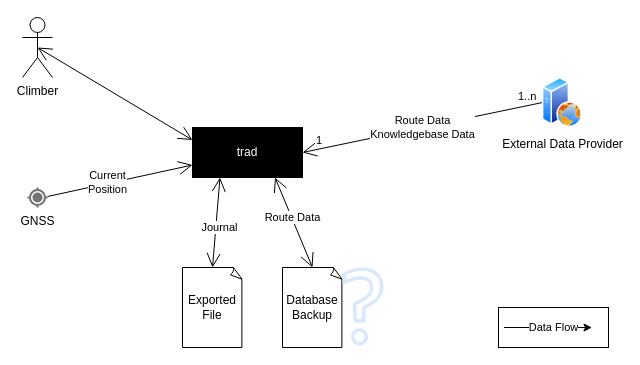
aardjon/trad keeps this draw.io diagram as doc/contextview_business.drawio. Above is the earlier version. Source tidied: cells renumbered, new cells numbered last; positions are measured from the earlier drawing's top-left corner, leaving out a move shared by most shapes. Both pictures are drawn from the tidied source at 100%, with x=0, y=0 at pixel (22, 17).
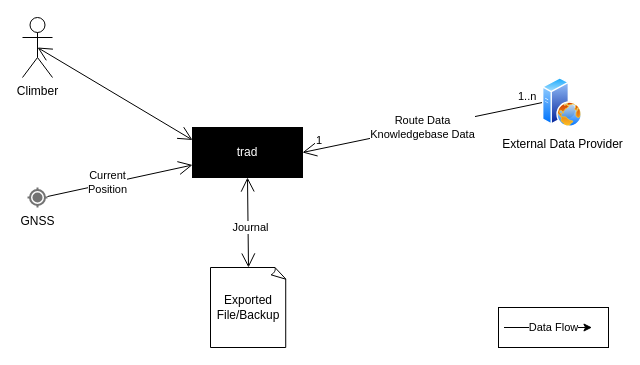
Above is the later version.

Commit message (it also covers changes not shown here):
📝 Update context diagrams

The change refers to these unchanged cells:
```xml
<mxCell id="2" value="&lt;div&gt;trad&lt;/div&gt;" style="html=1;whiteSpace=wrap;fillColor=#000000;fontColor=#FFFFFF;" parent="1" vertex="1">
  <mxGeometry x="170" y="110" width="110" height="50" as="geometry" />
</mxCell>
```

The edit, as a diff of the source:
```diff
@@
-    <mxCell id="5" value="Exported File" style="whiteSpace=wrap;html=1;shape=mxgraph.basic.document;" parent="1" vertex="1">
-      <mxGeometry x="160" y="250" width="60" height="80" as="geometry" />
+    <mxCell id="5" value="Exported File/Backup" style="whiteSpace=wrap;html=1;shape=mxgraph.basic.document;" parent="1" vertex="1">
+      <mxGeometry x="188" y="250" width="76" height="80" as="geometry" />
     </mxCell>
@@
-    <mxCell id="9" style="endArrow=open;endFill=1;endSize=12;html=1;rounded=0;entryX=0.5;entryY=0;entryDx=0;entryDy=0;entryPerimeter=0;exitX=0.25;exitY=1;exitDx=0;exitDy=0;startArrow=open;startFill=0;startSize=12;" parent="1" edge="1" source="2" target="5">
+    <mxCell id="9" style="endArrow=open;endFill=1;endSize=12;html=1;rounded=0;entryX=0.5;entryY=0;entryDx=0;entryDy=0;entryPerimeter=0;exitX=0.5;exitY=1;exitDx=0;exitDy=0;startArrow=open;startFill=0;startSize=12;" parent="1" edge="1" source="2" target="5">
       <mxGeometry relative="1" as="geometry" />
     </mxCell>
@@
-    <mxCell id="11" value="Database Backup" style="whiteSpace=wrap;html=1;shape=mxgraph.basic.document;" parent="1" vertex="1">
-      <mxGeometry x="260" y="250" width="60" height="80" as="geometry" />
-    </mxCell>
-    <mxCell id="12" style="endArrow=open;endFill=1;endSize=12;html=1;rounded=0;entryX=0.5;entryY=0;entryDx=0;entryDy=0;entryPerimeter=0;exitX=0.75;exitY=1;exitDx=0;exitDy=0;startArrow=open;startFill=0;startSize=12;" parent="1" edge="1" source="2" target="11">
-      <mxGeometry relative="1" as="geometry" />
-    </mxCell>
-    <mxCell id="13" value="Route Data" style="edgeLabel;html=1;align=center;verticalAlign=middle;" parent="12" vertex="1">
-      <mxGeometry x="-0.12" y="1" relative="1" as="geometry" />
-    </mxCell>
@@
-    <mxCell id="18" style="sketch=0;fillColor=#dae8fc;strokeColor=#6c8ebf;dashed=0;verticalLabelPosition=bottom;verticalAlign=top;align=center;html=1;fontSize=12;fontStyle=0;shape=mxgraph.aws4.question;" parent="1" vertex="1">
-      <mxGeometry x="320" y="250" width="41" height="78" as="geometry" />
-    </mxCell>
```
